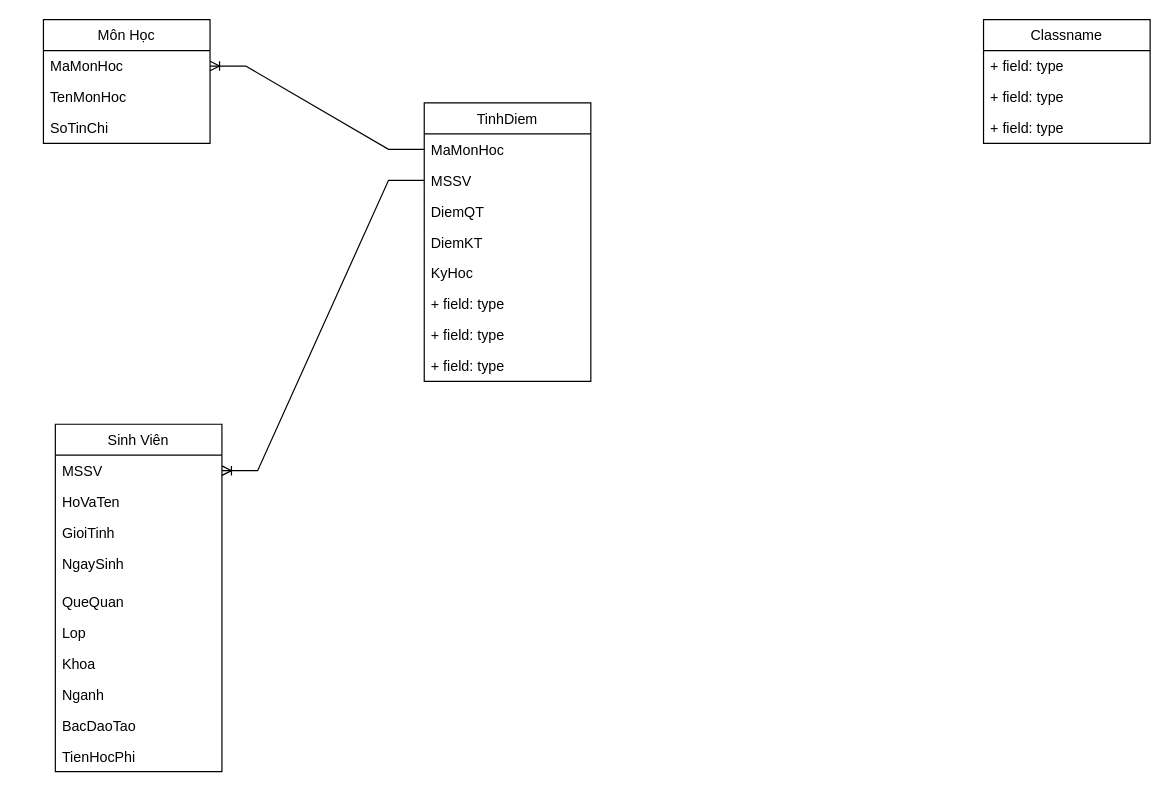
Above: ver0.1.drawio in duyhelloworld/project-oop (draw.io), before the change. Source tidied: cells renumbered, new cells numbered last; positions are measured from the earlier drawing's top-left corner, leaving out a move shared by most shapes. Both pictures are drawn from the tidied source at 119%, with x=0, y=0 at pixel (43, 19).
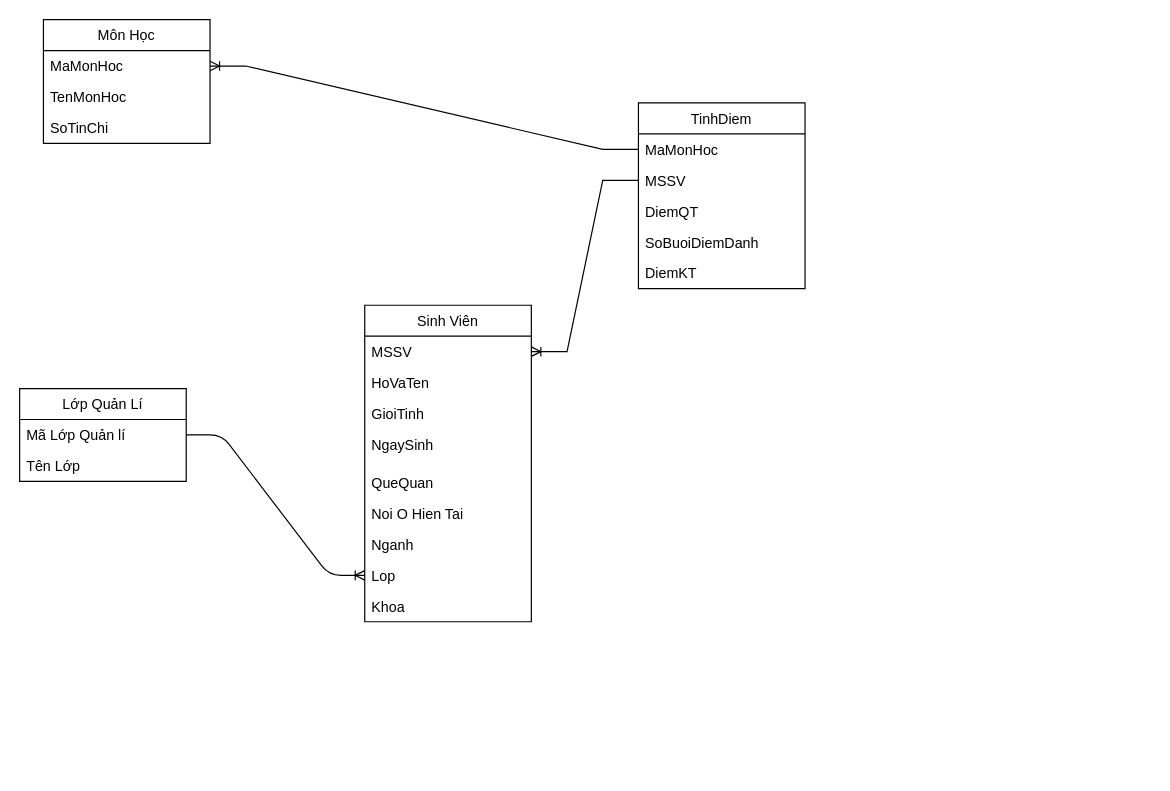
After the change.

Commit message (it also covers changes not shown here):
thêm UML

Diff of the diagram source:
```diff
@@
     <mxCell id="6" value="Sinh Viên" style="swimlane;fontStyle=0;horizontal=1;startSize=26;fillColor=none;" parent="1" vertex="1">
-      <mxGeometry x="10" y="340" width="140" height="292" as="geometry" />
+      <mxGeometry x="270" y="240" width="140" height="266" as="geometry" />
     </mxCell>
@@
+    <mxCell id="32" value="Noi O Hien Tai" style="text;strokeColor=none;fillColor=none;align=left;verticalAlign=top;spacingLeft=4;spacingRight=4;overflow=hidden;" parent="6" vertex="1">
+      <mxGeometry y="162" width="140" height="26" as="geometry" />
+    </mxCell>
+    <mxCell id="14" value="Nganh" style="text;strokeColor=none;fillColor=none;align=left;verticalAlign=top;spacingLeft=4;spacingRight=4;overflow=hidden;" parent="6" vertex="1">
+      <mxGeometry y="188" width="140" height="26" as="geometry" />
+    </mxCell>
     <mxCell id="12" value="Lop" style="text;strokeColor=none;fillColor=none;align=left;verticalAlign=top;spacingLeft=4;spacingRight=4;overflow=hidden;points=[[0,0.5],[1,0.5]];portConstraint=eastwest;" parent="6" vertex="1">
-      <mxGeometry y="162" width="140" height="26" as="geometry" />
+      <mxGeometry y="214" width="140" height="26" as="geometry" />
     </mxCell>
     <mxCell id="13" value="Khoa" style="text;strokeColor=none;fillColor=none;align=left;verticalAlign=top;spacingLeft=4;spacingRight=4;overflow=hidden;" parent="6" vertex="1">
-      <mxGeometry y="188" width="140" height="26" as="geometry" />
+      <mxGeometry y="240" width="140" height="26" as="geometry" />
     </mxCell>
-    <mxCell id="14" value="Nganh" style="text;strokeColor=none;fillColor=none;align=left;verticalAlign=top;spacingLeft=4;spacingRight=4;overflow=hidden;" parent="6" vertex="1">
-      <mxGeometry y="214" width="140" height="26" as="geometry" />
-    </mxCell>
-    <mxCell id="15" value="BacDaoTao" style="text;strokeColor=none;fillColor=none;align=left;verticalAlign=top;spacingLeft=4;spacingRight=4;overflow=hidden;" parent="6" vertex="1">
-      <mxGeometry y="240" width="140" height="26" as="geometry" />
-    </mxCell>
-    <mxCell id="16" value="TienHocPhi" style="text;strokeColor=none;fillColor=none;align=left;verticalAlign=top;spacingLeft=4;spacingRight=4;overflow=hidden;" parent="6" vertex="1">
-      <mxGeometry y="266" width="140" height="26" as="geometry" />
-    </mxCell>
     <mxCell id="17" value="TinhDiem" style="swimlane;fontStyle=0;horizontal=1;startSize=26;fillColor=none;" parent="1" vertex="1">
-      <mxGeometry x="320" y="70" width="140" height="234" as="geometry" />
+      <mxGeometry x="500" y="70" width="140" height="156" as="geometry" />
     </mxCell>
@@
+    <mxCell id="33" value="SoBuoiDiemDanh" style="text;strokeColor=none;fillColor=none;align=left;verticalAlign=top;spacingLeft=4;spacingRight=4;overflow=hidden;" parent="17" vertex="1">
+      <mxGeometry y="104" width="140" height="26" as="geometry" />
+    </mxCell>
     <mxCell id="21" value="DiemKT" style="text;strokeColor=none;fillColor=none;align=left;verticalAlign=top;spacingLeft=4;spacingRight=4;overflow=hidden;" parent="17" vertex="1">
-      <mxGeometry y="104" width="140" height="26" as="geometry" />
+      <mxGeometry y="130" width="140" height="26" as="geometry" />
     </mxCell>
-    <mxCell id="22" value="KyHoc" style="text;strokeColor=none;fillColor=none;align=left;verticalAlign=top;spacingLeft=4;spacingRight=4;overflow=hidden;" parent="17" vertex="1">
-      <mxGeometry y="130" width="140" height="26" as="geometry" />
-    </mxCell>
-    <mxCell id="23" value="+ field: type" style="text;strokeColor=none;fillColor=none;align=left;verticalAlign=top;spacingLeft=4;spacingRight=4;overflow=hidden;" parent="17" vertex="1">
-      <mxGeometry y="156" width="140" height="26" as="geometry" />
-    </mxCell>
-    <mxCell id="24" value="+ field: type" style="text;strokeColor=none;fillColor=none;align=left;verticalAlign=top;spacingLeft=4;spacingRight=4;overflow=hidden;" parent="17" vertex="1">
-      <mxGeometry y="182" width="140" height="26" as="geometry" />
-    </mxCell>
-    <mxCell id="25" value="+ field: type" style="text;strokeColor=none;fillColor=none;align=left;verticalAlign=top;spacingLeft=4;spacingRight=4;overflow=hidden;" parent="17" vertex="1">
-      <mxGeometry y="208" width="140" height="26" as="geometry" />
-    </mxCell>
-    <mxCell id="26" value="Classname" style="swimlane;fontStyle=0;horizontal=1;startSize=26;fillColor=none;" parent="1" vertex="1">
-      <mxGeometry x="790" width="140" height="104" as="geometry" />
-    </mxCell>
-    <mxCell id="27" value="+ field: type" style="text;strokeColor=none;fillColor=none;align=left;verticalAlign=top;spacingLeft=4;spacingRight=4;overflow=hidden;" parent="26" vertex="1">
-      <mxGeometry y="26" width="140" height="26" as="geometry" />
-    </mxCell>
-    <mxCell id="28" value="+ field: type" style="text;strokeColor=none;fillColor=none;align=left;verticalAlign=top;spacingLeft=4;spacingRight=4;overflow=hidden;" parent="26" vertex="1">
-      <mxGeometry y="52" width="140" height="26" as="geometry" />
-    </mxCell>
-    <mxCell id="29" value="+ field: type" style="text;strokeColor=none;fillColor=none;align=left;verticalAlign=top;spacingLeft=4;spacingRight=4;overflow=hidden;" parent="26" vertex="1">
-      <mxGeometry y="78" width="140" height="26" as="geometry" />
-    </mxCell>
@@
+    <mxCell id="34" value="Lớp Quản Lí" style="swimlane;fontStyle=0;horizontal=1;startSize=26;fillColor=none;" parent="1" vertex="1">
+      <mxGeometry x="-20" y="310" width="140" height="78" as="geometry" />
+    </mxCell>
+    <mxCell id="35" value="Mã Lớp Quản lí" style="text;strokeColor=none;fillColor=none;align=left;verticalAlign=top;spacingLeft=4;spacingRight=4;overflow=hidden;points=[[0,0.5],[1,0.5]];portConstraint=eastwest;" parent="34" vertex="1">
+      <mxGeometry y="26" width="140" height="26" as="geometry" />
+    </mxCell>
+    <mxCell id="36" value="Tên Lớp" style="text;strokeColor=none;fillColor=none;align=left;verticalAlign=top;spacingLeft=4;spacingRight=4;overflow=hidden;" parent="34" vertex="1">
+      <mxGeometry y="52" width="140" height="26" as="geometry" />
+    </mxCell>
+    <mxCell id="37" style="edgeStyle=entityRelationEdgeStyle;fontSize=12;html=1;endArrow=ERoneToMany;entryX=0;entryY=0.5;entryDx=0;entryDy=0;exitX=1;exitY=0.5;exitDx=0;exitDy=0;" parent="1" edge="1" source="35" target="12">
+      <mxGeometry relative="1" as="geometry" />
+    </mxCell>
```
